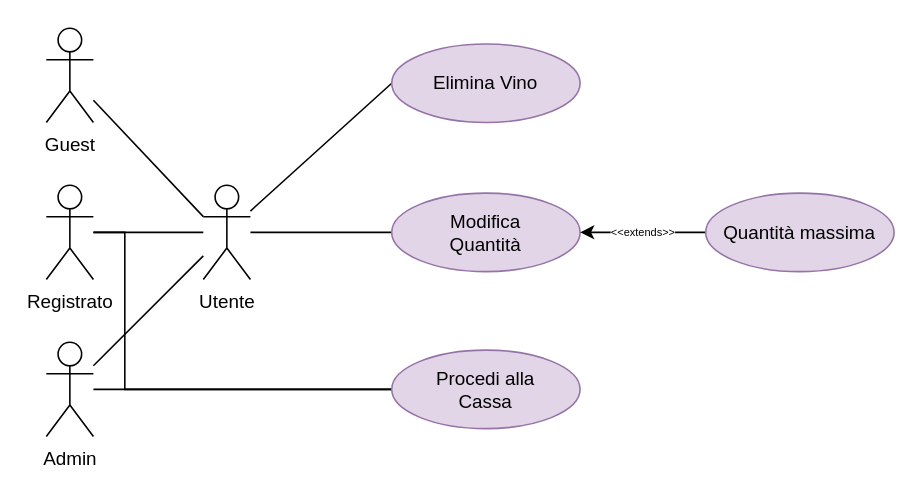
Above: page "Carrello" (3 of 6) of Docs/Requirements Analysis/Diagrams/Use Cases/Winer.drawio in Gprisco/winer-unisa (draw.io), before the change. Source tidied: cells renumbered, new cells numbered last; positions are measured from the earlier drawing's top-left corner, leaving out a move shared by most shapes. Both pictures are drawn from the tidied source at 157%, with x=0, y=0 at pixel (46, 28).
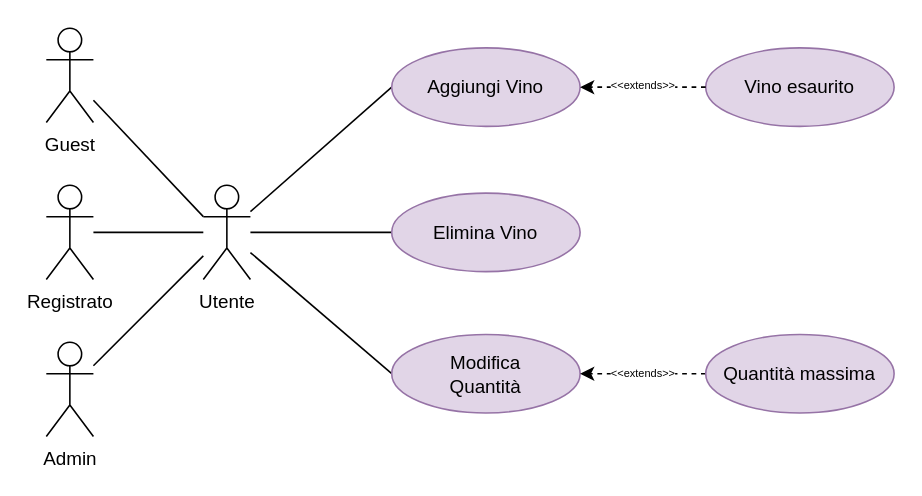
Above is the later version.

The edit, as a diff of the source:
```diff
@@
 <mxGraphModel>
   <root>
     <mxCell id="0" />
     <mxCell id="1" parent="0" />
     <mxCell id="2" style="edgeStyle=none;rounded=0;jettySize=auto;html=1;entryX=0;entryY=0.5;entryDx=0;entryDy=0;fontSize=7;endArrow=none;endFill=0;" parent="1" edge="1" source="4" target="12">
       <mxGeometry relative="1" as="geometry" />
     </mxCell>
     <mxCell id="3" style="edgeStyle=none;rounded=0;jettySize=auto;html=1;entryX=0;entryY=0.5;entryDx=0;entryDy=0;fontSize=7;endArrow=none;endFill=0;" parent="1" edge="1" source="4" target="11">
       <mxGeometry relative="1" as="geometry" />
     </mxCell>
+    <mxCell id="18" style="rounded=0;jettySize=auto;html=1;entryX=0;entryY=0.5;entryDx=0;entryDy=0;endArrow=none;endFill=0;" parent="1" edge="1" source="4" target="19">
+      <mxGeometry relative="1" as="geometry" />
+    </mxCell>
     <mxCell id="4" value="Utente" style="shape=umlActor;verticalLabelPosition=bottom;verticalAlign=top;html=1;outlineConnect=0;" parent="1" vertex="1">
       <mxGeometry x="100" y="99.5" width="30" height="60" as="geometry" />
     </mxCell>
     <mxCell id="5" style="edgeStyle=none;rounded=0;jettySize=auto;html=1;fontSize=7;endArrow=none;endFill=0;" parent="1" edge="1" source="7" target="4">
       <mxGeometry relative="1" as="geometry" />
     </mxCell>
-    <mxCell id="6" style="edgeStyle=orthogonalEdgeStyle;rounded=0;jettySize=auto;html=1;entryX=0;entryY=0.5;entryDx=0;entryDy=0;fontSize=7;endArrow=none;endFill=0;" parent="1" edge="1" source="7" target="15">
-      <mxGeometry relative="1" as="geometry">
-        <Array as="points">
-          <mxPoint x="50" y="130" />
-          <mxPoint x="50" y="230" />
-        </Array>
-      </mxGeometry>
-    </mxCell>
     <mxCell id="7" value="Registrato" style="shape=umlActor;verticalLabelPosition=bottom;verticalAlign=top;html=1;outlineConnect=0;" parent="1" vertex="1">
       <mxGeometry y="99.5" width="30" height="60" as="geometry" />
     </mxCell>
     <mxCell id="8" style="edgeStyle=none;rounded=0;jettySize=auto;html=1;fontSize=7;endArrow=none;endFill=0;" parent="1" edge="1" source="10" target="4">
       <mxGeometry relative="1" as="geometry" />
     </mxCell>
-    <mxCell id="9" style="edgeStyle=orthogonalEdgeStyle;rounded=0;jettySize=auto;html=1;fontSize=7;endArrow=none;endFill=0;" parent="1" edge="1" source="10" target="15">
-      <mxGeometry relative="1" as="geometry" />
-    </mxCell>
     <mxCell id="10" value="Admin" style="shape=umlActor;verticalLabelPosition=bottom;verticalAlign=top;html=1;outlineConnect=0;" parent="1" vertex="1">
       <mxGeometry y="199.5" width="30" height="60" as="geometry" />
     </mxCell>
     <mxCell id="11" value="Elimina Vino" style="ellipse;whiteSpace=wrap;html=1;fillColor=#e1d5e7;strokeColor=#9673a6;" parent="1" vertex="1">
-      <mxGeometry x="220" y="9.5" width="120" height="50" as="geometry" />
+      <mxGeometry x="220" y="104.5" width="120" height="50" as="geometry" />
     </mxCell>
     <mxCell id="12" value="Modifica&lt;br&gt;Quantità" style="ellipse;whiteSpace=wrap;html=1;fillColor=#e1d5e7;strokeColor=#9673a6;" parent="1" vertex="1">
-      <mxGeometry x="220" y="104.5" width="120" height="50" as="geometry" />
+      <mxGeometry x="220" y="194.5" width="120" height="50" as="geometry" />
     </mxCell>
-    <mxCell id="13" value="&amp;lt;&amp;lt;extends&amp;gt;&amp;gt;" style="edgeStyle=none;rounded=0;jettySize=auto;html=1;entryX=1;entryY=0.5;entryDx=0;entryDy=0;fontSize=7;endArrow=classic;endFill=1;" parent="1" edge="1" source="14" target="12">
+    <mxCell id="13" value="&amp;lt;&amp;lt;extends&amp;gt;&amp;gt;" style="edgeStyle=none;rounded=0;jettySize=auto;html=1;entryX=1;entryY=0.5;entryDx=0;entryDy=0;fontSize=7;endArrow=classic;endFill=1;dashed=1;" parent="1" edge="1" source="14" target="12">
       <mxGeometry relative="1" as="geometry" />
     </mxCell>
     <mxCell id="14" value="Quantità massima" style="ellipse;whiteSpace=wrap;html=1;fillColor=#e1d5e7;strokeColor=#9673a6;" parent="1" vertex="1">
-      <mxGeometry x="420" y="104.5" width="120" height="50" as="geometry" />
+      <mxGeometry x="420" y="194.5" width="120" height="50" as="geometry" />
     </mxCell>
-    <mxCell id="15" value="Procedi alla&lt;br&gt;Cassa" style="ellipse;whiteSpace=wrap;html=1;fillColor=#e1d5e7;strokeColor=#9673a6;" parent="1" vertex="1">
-      <mxGeometry x="220" y="204.5" width="120" height="50" as="geometry" />
-    </mxCell>
     <mxCell id="16" style="edgeStyle=none;rounded=0;jettySize=auto;html=1;entryX=0;entryY=0.3333333333333333;entryDx=0;entryDy=0;entryPerimeter=0;fontSize=7;endArrow=none;endFill=0;" parent="1" edge="1" source="17" target="4">
       <mxGeometry relative="1" as="geometry" />
     </mxCell>
     <mxCell id="17" value="Guest" style="shape=umlActor;verticalLabelPosition=bottom;verticalAlign=top;html=1;outlineConnect=0;" parent="1" vertex="1">
       <mxGeometry y="-0.5" width="30" height="60" as="geometry" />
     </mxCell>
+    <mxCell id="19" value="Aggiungi Vino" style="ellipse;whiteSpace=wrap;html=1;fillColor=#e1d5e7;strokeColor=#9673a6;" parent="1" vertex="1">
+      <mxGeometry x="220" y="12" width="120" height="50" as="geometry" />
+    </mxCell>
+    <mxCell id="20" value="Vino esaurito" style="ellipse;whiteSpace=wrap;html=1;fillColor=#e1d5e7;strokeColor=#9673a6;" parent="1" vertex="1">
+      <mxGeometry x="420" y="12" width="120" height="50" as="geometry" />
+    </mxCell>
+    <mxCell id="21" value="&amp;lt;&amp;lt;extends&amp;gt;&amp;gt;" style="edgeStyle=none;rounded=0;jettySize=auto;html=1;entryX=1;entryY=0.5;entryDx=0;entryDy=0;fontSize=7;endArrow=classic;endFill=1;dashed=1;exitX=0;exitY=0.5;exitDx=0;exitDy=0;" parent="1" edge="1" source="20" target="19">
+      <mxGeometry relative="1" as="geometry" />
+    </mxCell>
   </root>
 </mxGraphModel>
```
